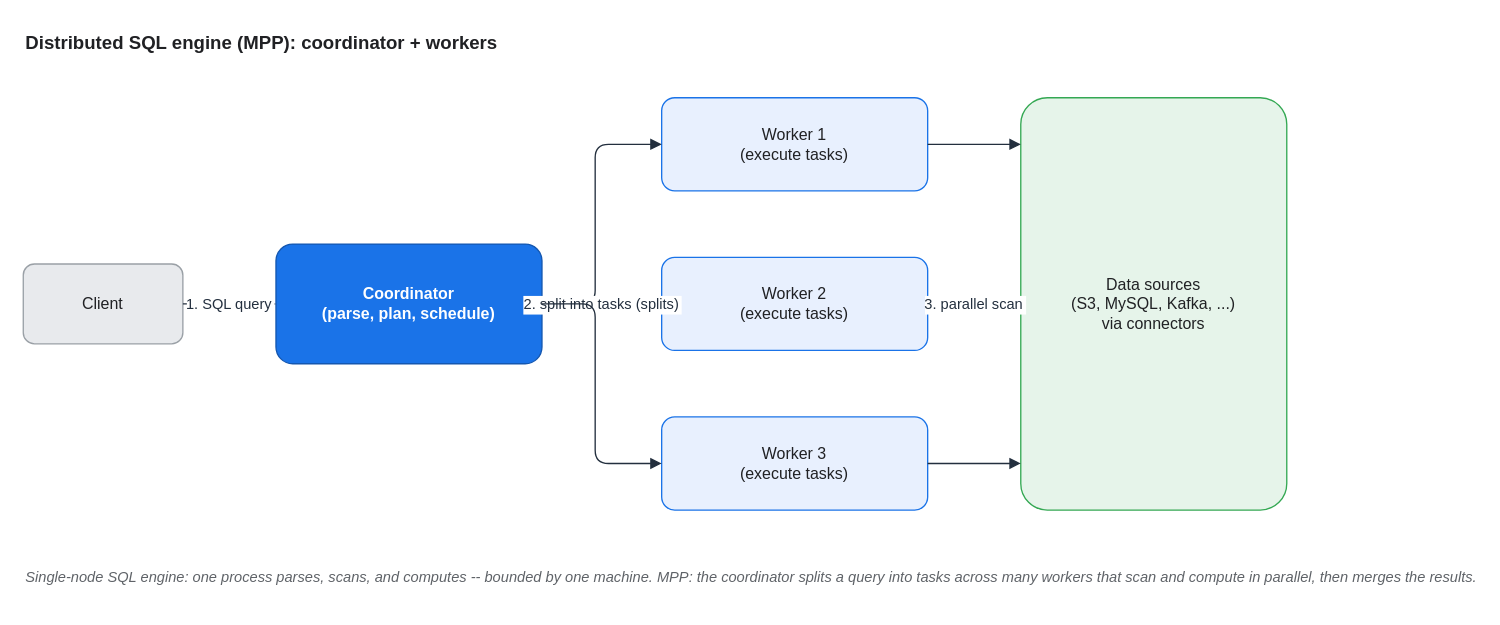
The draw.io diagram assets/img/aws/analytics-stack-03-distributed-sql-mpp.drawio in KKamJi98/kkamji98.github.io, before the edit. Source tidied: cells renumbered, new cells numbered last; positions are measured from the earlier drawing's top-left corner, leaving out a move shared by most shapes. Both pictures are drawn from the tidied source at 133%, with x=0, y=0 at pixel (23, 23).
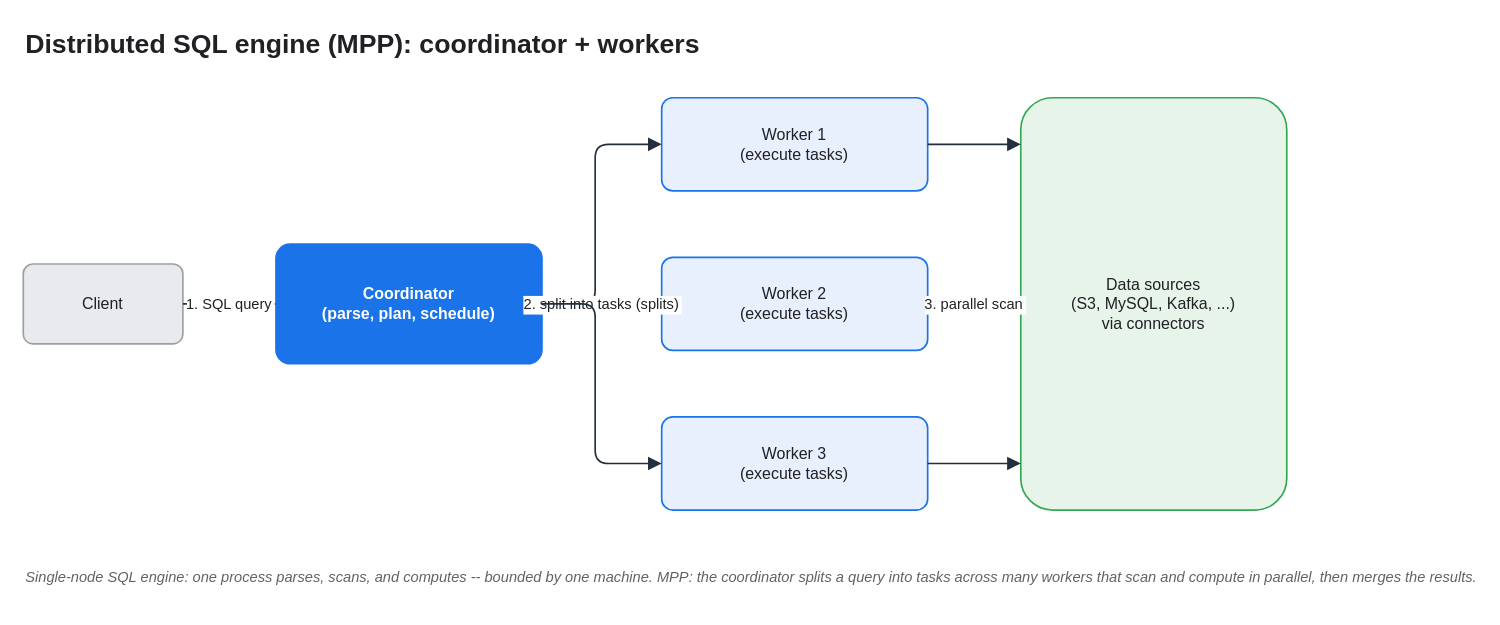
The same diagram, later.

What changed in the source:
```diff
@@
-<mxGraphModel>
+<mxGraphModel background="#FFFFFF">
@@
-    <mxCell id="2" value="Distributed SQL engine (MPP): coordinator + workers" style="text;html=0;align=left;verticalAlign=middle;fontColor=#202124;fontStyle=1;fontSize=14;" parent="1" vertex="1">
+    <mxCell id="2" value="Distributed SQL engine (MPP): coordinator + workers" style="text;html=0;align=left;verticalAlign=middle;fontColor=#202124;fontStyle=1;fontSize=20;" parent="1" vertex="1">
       <mxGeometry width="900" height="28" as="geometry" />
     </mxCell>
-    <mxCell id="3" value="Client" style="rounded=1;whiteSpace=wrap;html=0;arcSize=14;shadow=0;fillColor=#E8EAED;strokeColor=#9AA0A6;fontColor=#202124;" parent="1" vertex="1">
+    <mxCell id="3" value="Client" style="rounded=1;whiteSpace=wrap;html=0;arcSize=12;shadow=0;fillColor=#E8EAED;strokeColor=#9AA0A6;fontColor=#202124;strokeWidth=1.25;" parent="1" vertex="1">
       <mxGeometry y="181" width="120" height="60" as="geometry" />
     </mxCell>
-    <mxCell id="4" value="Coordinator&#10;(parse, plan, schedule)" style="rounded=1;whiteSpace=wrap;html=0;arcSize=14;shadow=0;fillColor=#1A73E8;strokeColor=#1457B0;fontColor=#FFFFFF;fontStyle=1;" parent="1" vertex="1">
+    <mxCell id="4" value="Coordinator&#10;(parse, plan, schedule)" style="rounded=1;whiteSpace=wrap;html=0;arcSize=12;shadow=0;fillColor=#1A73E8;strokeColor=#1A73E8;fontColor=#FFFFFF;fontStyle=1;strokeWidth=1.25;" parent="1" vertex="1">
       <mxGeometry x="190" y="166" width="200" height="90" as="geometry" />
     </mxCell>
-    <mxCell id="5" value="Worker 1&#10;(execute tasks)" style="rounded=1;whiteSpace=wrap;html=0;arcSize=14;shadow=0;fillColor=#E8F0FE;strokeColor=#1A73E8;fontColor=#202124;" parent="1" vertex="1">
+    <mxCell id="5" value="Worker 1&#10;(execute tasks)" style="rounded=1;whiteSpace=wrap;html=0;arcSize=12;shadow=0;fillColor=#E8F0FE;strokeColor=#1A73E8;fontColor=#202124;strokeWidth=1.25;" parent="1" vertex="1">
       <mxGeometry x="480" y="56" width="200" height="70" as="geometry" />
     </mxCell>
-    <mxCell id="6" value="Worker 2&#10;(execute tasks)" style="rounded=1;whiteSpace=wrap;html=0;arcSize=14;shadow=0;fillColor=#E8F0FE;strokeColor=#1A73E8;fontColor=#202124;" parent="1" vertex="1">
+    <mxCell id="6" value="Worker 2&#10;(execute tasks)" style="rounded=1;whiteSpace=wrap;html=0;arcSize=12;shadow=0;fillColor=#E8F0FE;strokeColor=#1A73E8;fontColor=#202124;strokeWidth=1.25;" parent="1" vertex="1">
       <mxGeometry x="480" y="176" width="200" height="70" as="geometry" />
     </mxCell>
-    <mxCell id="7" value="Worker 3&#10;(execute tasks)" style="rounded=1;whiteSpace=wrap;html=0;arcSize=14;shadow=0;fillColor=#E8F0FE;strokeColor=#1A73E8;fontColor=#202124;" parent="1" vertex="1">
+    <mxCell id="7" value="Worker 3&#10;(execute tasks)" style="rounded=1;whiteSpace=wrap;html=0;arcSize=12;shadow=0;fillColor=#E8F0FE;strokeColor=#1A73E8;fontColor=#202124;strokeWidth=1.25;" parent="1" vertex="1">
       <mxGeometry x="480" y="296" width="200" height="70" as="geometry" />
     </mxCell>
-    <mxCell id="8" value="Data sources&#10;(S3, MySQL, Kafka, ...)&#10;via connectors" style="rounded=1;whiteSpace=wrap;html=0;arcSize=10;shadow=0;fillColor=#E6F4EA;strokeColor=#34A853;fontColor=#202124;" parent="1" vertex="1">
+    <mxCell id="8" value="Data sources&#10;(S3, MySQL, Kafka, ...)&#10;via connectors" style="rounded=1;whiteSpace=wrap;html=0;arcSize=12;shadow=0;fillColor=#E6F4EA;strokeColor=#34A853;fontColor=#202124;strokeWidth=1.25;" parent="1" vertex="1">
       <mxGeometry x="750" y="56" width="200" height="310" as="geometry" />
     </mxCell>
-    <mxCell id="9" value="1. SQL query" style="edgeStyle=orthogonalEdgeStyle;rounded=1;html=0;fontColor=#232F3E;strokeColor=#232F3E;labelBackgroundColor=#FFFFFF;endArrow=block;exitX=1;exitY=0.5;exitDx=0;exitDy=0;entryX=0;entryY=0.5;entryDx=0;entryDy=0;" parent="1" edge="1" source="3" target="4">
+    <mxCell id="9" value="1. SQL query" style="edgeStyle=orthogonalEdgeStyle;rounded=1;html=0;fontColor=#202124;strokeColor=#232F3E;labelBackgroundColor=#FFFFFF;endArrow=block;exitX=1;exitY=0.5;exitDx=0;exitDy=0;entryX=0;entryY=0.5;entryDx=0;entryDy=0;strokeWidth=1.25;endSize=7;" parent="1" edge="1" source="3" target="4">
       <mxGeometry relative="1" as="geometry" />
     </mxCell>
-    <mxCell id="10" style="edgeStyle=orthogonalEdgeStyle;rounded=1;html=0;fontColor=#232F3E;strokeColor=#232F3E;labelBackgroundColor=#FFFFFF;endArrow=block;exitX=1;exitY=0.5;exitDx=0;exitDy=0;entryX=0;entryY=0.5;entryDx=0;entryDy=0;" parent="1" edge="1" source="4" target="5">
+    <mxCell id="10" style="edgeStyle=orthogonalEdgeStyle;rounded=1;html=0;fontColor=#202124;strokeColor=#232F3E;labelBackgroundColor=none;endArrow=block;exitX=1;exitY=0.5;exitDx=0;exitDy=0;entryX=0;entryY=0.5;entryDx=0;entryDy=0;strokeWidth=1.25;endSize=7;" parent="1" edge="1" source="4" target="5">
       <mxGeometry relative="1" as="geometry">
         <Array as="points">
           <mxPoint x="430" y="211" />
           <mxPoint x="430" y="91" />
         </Array>
       </mxGeometry>
     </mxCell>
-    <mxCell id="11" value="2. split into tasks (splits)" style="edgeStyle=orthogonalEdgeStyle;rounded=1;html=0;fontColor=#232F3E;strokeColor=#232F3E;labelBackgroundColor=#FFFFFF;endArrow=block;exitX=1;exitY=0.5;exitDx=0;exitDy=0;entryX=0;entryY=0.5;entryDx=0;entryDy=0;" parent="1" edge="1" source="4" target="6">
+    <mxCell id="11" value="2. split into tasks (splits)" style="edgeStyle=orthogonalEdgeStyle;rounded=1;html=0;fontColor=#202124;strokeColor=#232F3E;labelBackgroundColor=#FFFFFF;endArrow=block;exitX=1;exitY=0.5;exitDx=0;exitDy=0;entryX=0;entryY=0.5;entryDx=0;entryDy=0;strokeWidth=1.25;endSize=7;" parent="1" edge="1" source="4" target="6">
       <mxGeometry relative="1" as="geometry" />
     </mxCell>
-    <mxCell id="12" style="edgeStyle=orthogonalEdgeStyle;rounded=1;html=0;fontColor=#232F3E;strokeColor=#232F3E;labelBackgroundColor=#FFFFFF;endArrow=block;exitX=1;exitY=0.5;exitDx=0;exitDy=0;entryX=0;entryY=0.5;entryDx=0;entryDy=0;" parent="1" edge="1" source="4" target="7">
+    <mxCell id="12" style="edgeStyle=orthogonalEdgeStyle;rounded=1;html=0;fontColor=#202124;strokeColor=#232F3E;labelBackgroundColor=none;endArrow=block;exitX=1;exitY=0.5;exitDx=0;exitDy=0;entryX=0;entryY=0.5;entryDx=0;entryDy=0;strokeWidth=1.25;endSize=7;" parent="1" edge="1" source="4" target="7">
       <mxGeometry relative="1" as="geometry">
         <Array as="points">
           <mxPoint x="430" y="211" />
           <mxPoint x="430" y="331" />
         </Array>
       </mxGeometry>
     </mxCell>
-    <mxCell id="13" style="edgeStyle=orthogonalEdgeStyle;rounded=1;html=0;fontColor=#232F3E;strokeColor=#232F3E;labelBackgroundColor=#FFFFFF;endArrow=block;exitX=1;exitY=0.5;exitDx=0;exitDy=0;entryX=0;entryY=0.113;entryDx=0;entryDy=0;" parent="1" edge="1" source="5" target="8">
+    <mxCell id="13" style="edgeStyle=orthogonalEdgeStyle;rounded=1;html=0;fontColor=#202124;strokeColor=#232F3E;labelBackgroundColor=none;endArrow=block;exitX=1;exitY=0.5;exitDx=0;exitDy=0;entryX=0;entryY=0.113;entryDx=0;entryDy=0;strokeWidth=1.25;endSize=7;" parent="1" edge="1" source="5" target="8">
       <mxGeometry relative="1" as="geometry" />
     </mxCell>
-    <mxCell id="14" value="3. parallel scan" style="edgeStyle=orthogonalEdgeStyle;rounded=1;html=0;fontColor=#232F3E;strokeColor=#232F3E;labelBackgroundColor=#FFFFFF;endArrow=block;exitX=1;exitY=0.5;exitDx=0;exitDy=0;entryX=0;entryY=0.5;entryDx=0;entryDy=0;" parent="1" edge="1" source="6" target="8">
+    <mxCell id="14" value="3. parallel scan" style="edgeStyle=orthogonalEdgeStyle;rounded=1;html=0;fontColor=#202124;strokeColor=#232F3E;labelBackgroundColor=#FFFFFF;endArrow=block;exitX=1;exitY=0.5;exitDx=0;exitDy=0;entryX=0;entryY=0.5;entryDx=0;entryDy=0;strokeWidth=1.25;endSize=7;" parent="1" edge="1" source="6" target="8">
       <mxGeometry relative="1" as="geometry" />
     </mxCell>
-    <mxCell id="15" style="edgeStyle=orthogonalEdgeStyle;rounded=1;html=0;fontColor=#232F3E;strokeColor=#232F3E;labelBackgroundColor=#FFFFFF;endArrow=block;exitX=1;exitY=0.5;exitDx=0;exitDy=0;entryX=0;entryY=0.887;entryDx=0;entryDy=0;" parent="1" edge="1" source="7" target="8">
+    <mxCell id="15" style="edgeStyle=orthogonalEdgeStyle;rounded=1;html=0;fontColor=#202124;strokeColor=#232F3E;labelBackgroundColor=none;endArrow=block;exitX=1;exitY=0.5;exitDx=0;exitDy=0;entryX=0;entryY=0.887;entryDx=0;entryDy=0;strokeWidth=1.25;endSize=7;" parent="1" edge="1" source="7" target="8">
       <mxGeometry relative="1" as="geometry" />
     </mxCell>
```
